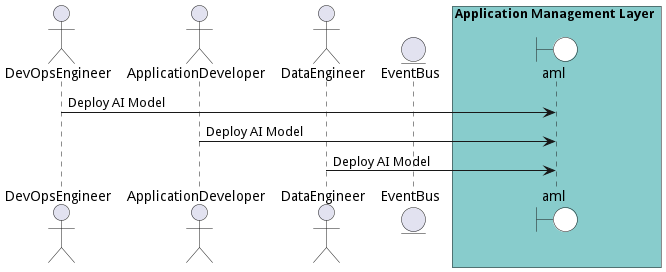
This is docs/edgemere/aml/usecases/ManageAIModels/DeployAIModel.png from madajaju/edgemere, a PlantUML export, as it was before one commit. Source of this version:
```plantuml
@startuml

actor "DevOpsEngineer"

actor "ApplicationDeveloper"

actor "DataEngineer"


entity EventBus

box Application Management Layer #88cccc
    boundary aml #white
end box



"DevOpsEngineer" -> aml: Deploy AI Model


"ApplicationDeveloper" -> aml: Deploy AI Model


"DataEngineer" -> aml: Deploy AI Model



@enduml
```
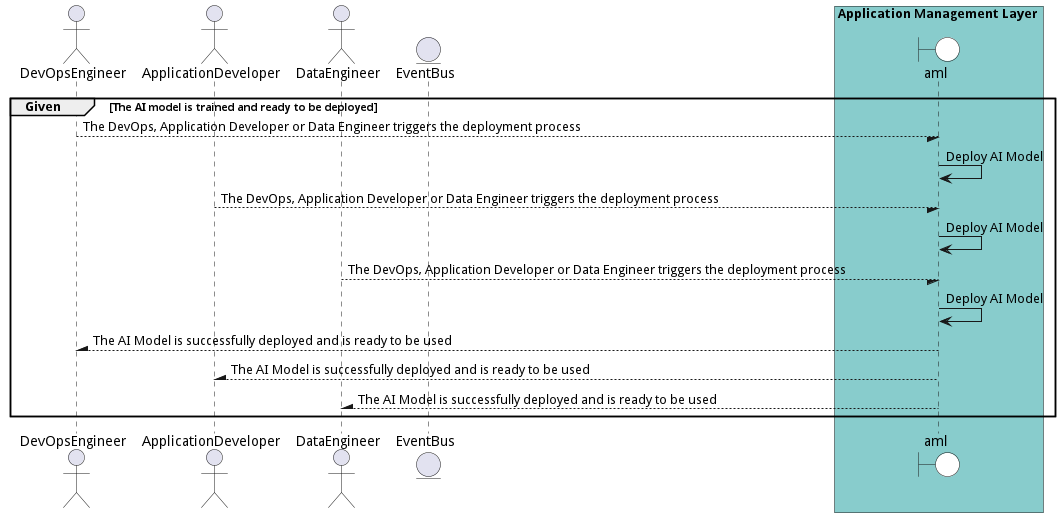
After the change.

What changed in the source:
```diff
@@ -1,4 +1,5 @@
 @startuml
+
 
 actor "DevOpsEngineer"
 
@@ -14,15 +15,28 @@
 end box
 
 
+group Given [The AI model is trained and ready to be deployed]
 
-"DevOpsEngineer" -> aml: Deploy AI Model
+"DevOpsEngineer" --/ aml: The DevOps, Application Developer or Data Engineer triggers the deployment process
+"aml" -> aml: Deploy AI Model
 
 
-"ApplicationDeveloper" -> aml: Deploy AI Model
+"ApplicationDeveloper" --/ aml: The DevOps, Application Developer or Data Engineer triggers the deployment process
+"aml" -> aml: Deploy AI Model
 
 
-"DataEngineer" -> aml: Deploy AI Model
+"DataEngineer" --/ aml: The DevOps, Application Developer or Data Engineer triggers the deployment process
+"aml" -> aml: Deploy AI Model
 
 
 
+"DevOpsEngineer" /-- aml: The AI Model is successfully deployed and is ready to be used
+
+"ApplicationDeveloper" /-- aml: The AI Model is successfully deployed and is ready to be used
+
+"DataEngineer" /-- aml: The AI Model is successfully deployed and is ready to be used
+
+
+end
+
 @enduml
```
